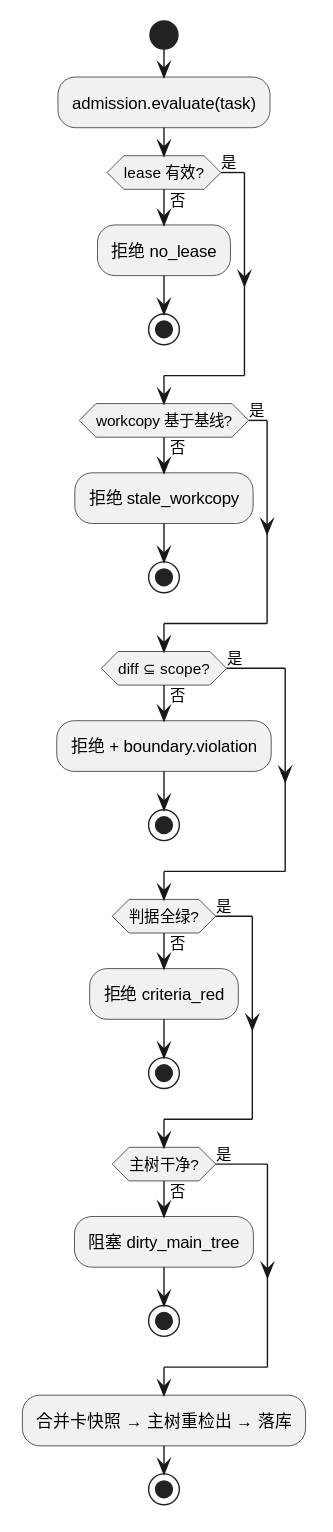
Before: design/diagrams/p4-admission.svg, a diagram exported from PlantUML (raitpor/dsh-software-dev-office).
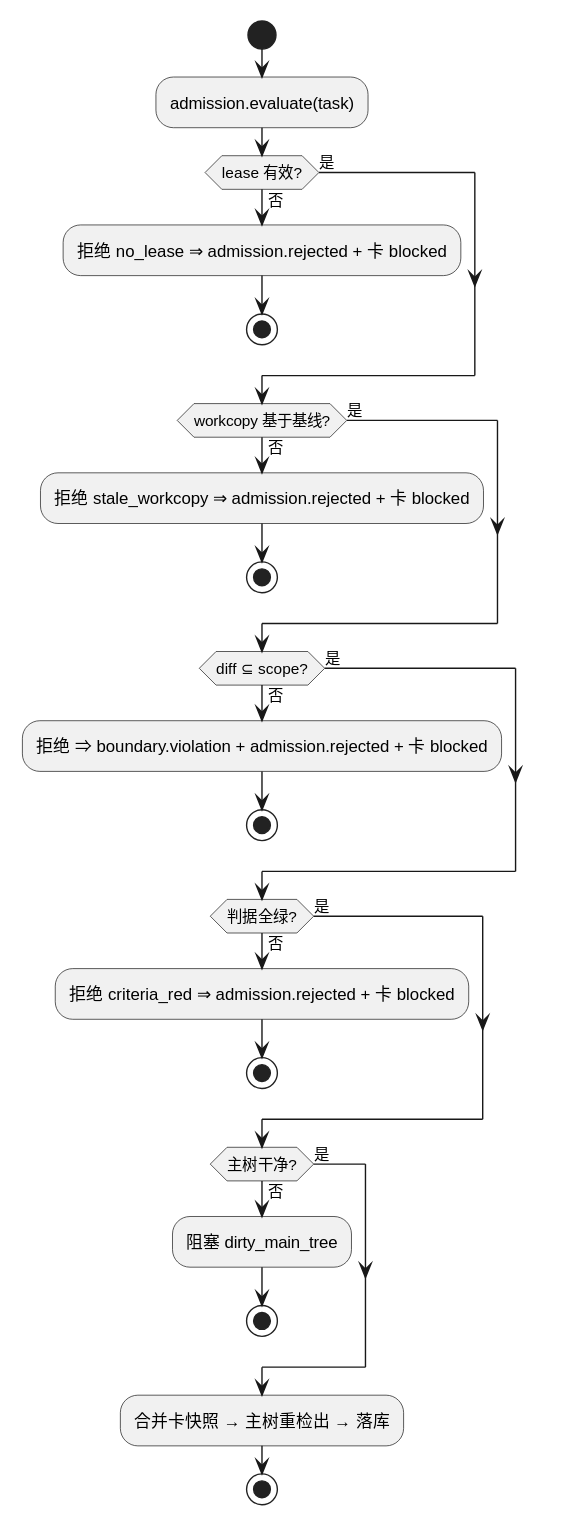
Later version of the same file.

What changed in the source:
```diff
@@ -2,22 +2,22 @@
 start
 :admission.evaluate(task);
 if (lease 有效?) then (否)
-  :拒绝 no_lease;
+  :拒绝 no_lease ⇒ admission.rejected + 卡 blocked;
   stop
 else (是)
 endif
 if (workcopy 基于基线?) then (否)
-  :拒绝 stale_workcopy;
+  :拒绝 stale_workcopy ⇒ admission.rejected + 卡 blocked;
   stop
 else (是)
 endif
 if (diff ⊆ scope?) then (否)
-  :拒绝 + boundary.violation;
+  :拒绝 ⇒ boundary.violation + admission.rejected + 卡 blocked;
   stop
 else (是)
 endif
 if (判据全绿?) then (否)
-  :拒绝 criteria_red;
+  :拒绝 criteria_red ⇒ admission.rejected + 卡 blocked;
   stop
 else (是)
 endif
```
